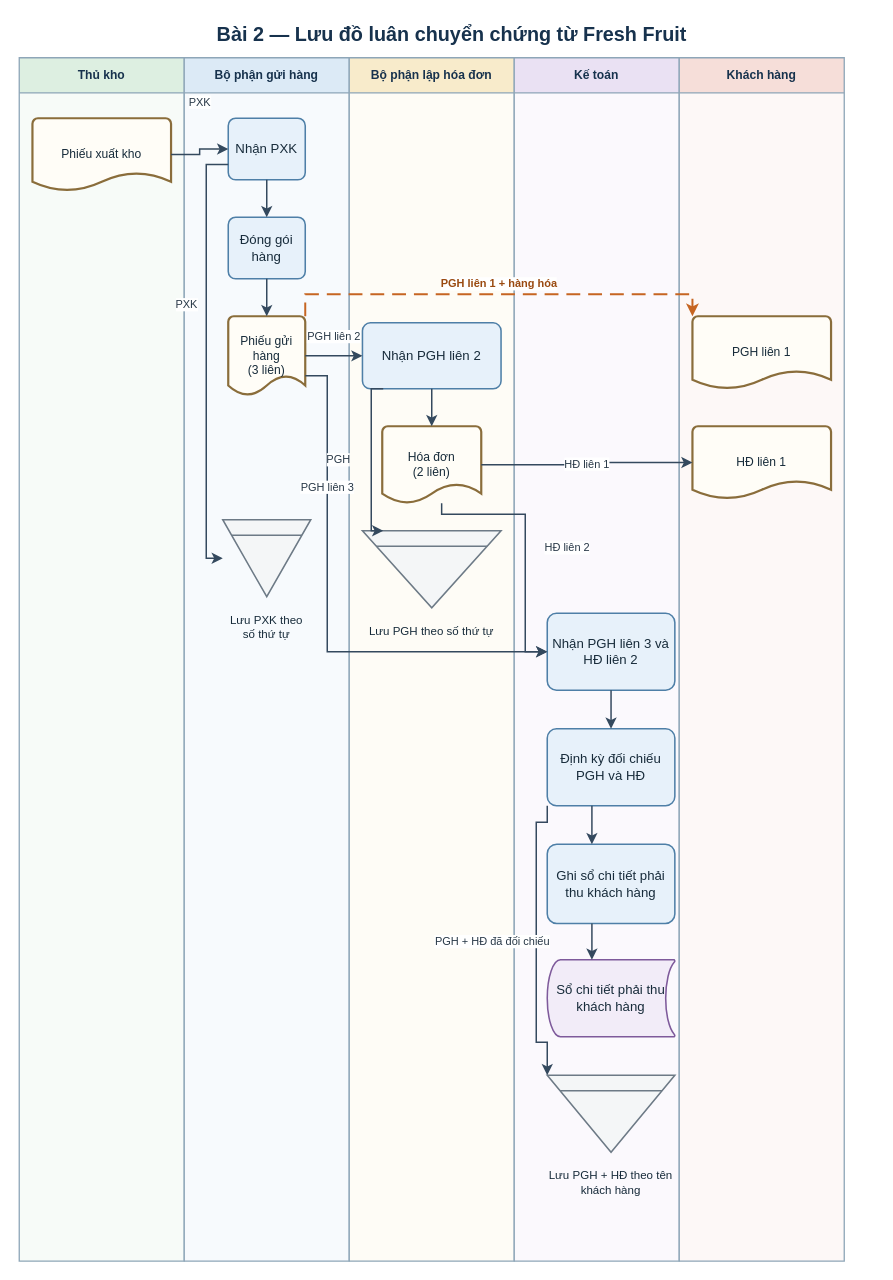
This is assets/drawio/05_fresh_fruit_flow.drawio from saigonbaddielover/thtrang, a draw.io file, before an edit. Source tidied: cells renumbered, new cells numbered last; positions are measured from the earlier drawing's top-left corner, leaving out a move shared by most shapes. Both pictures are drawn from the tidied source at 110%, with x=0, y=0 at pixel (19, 19).
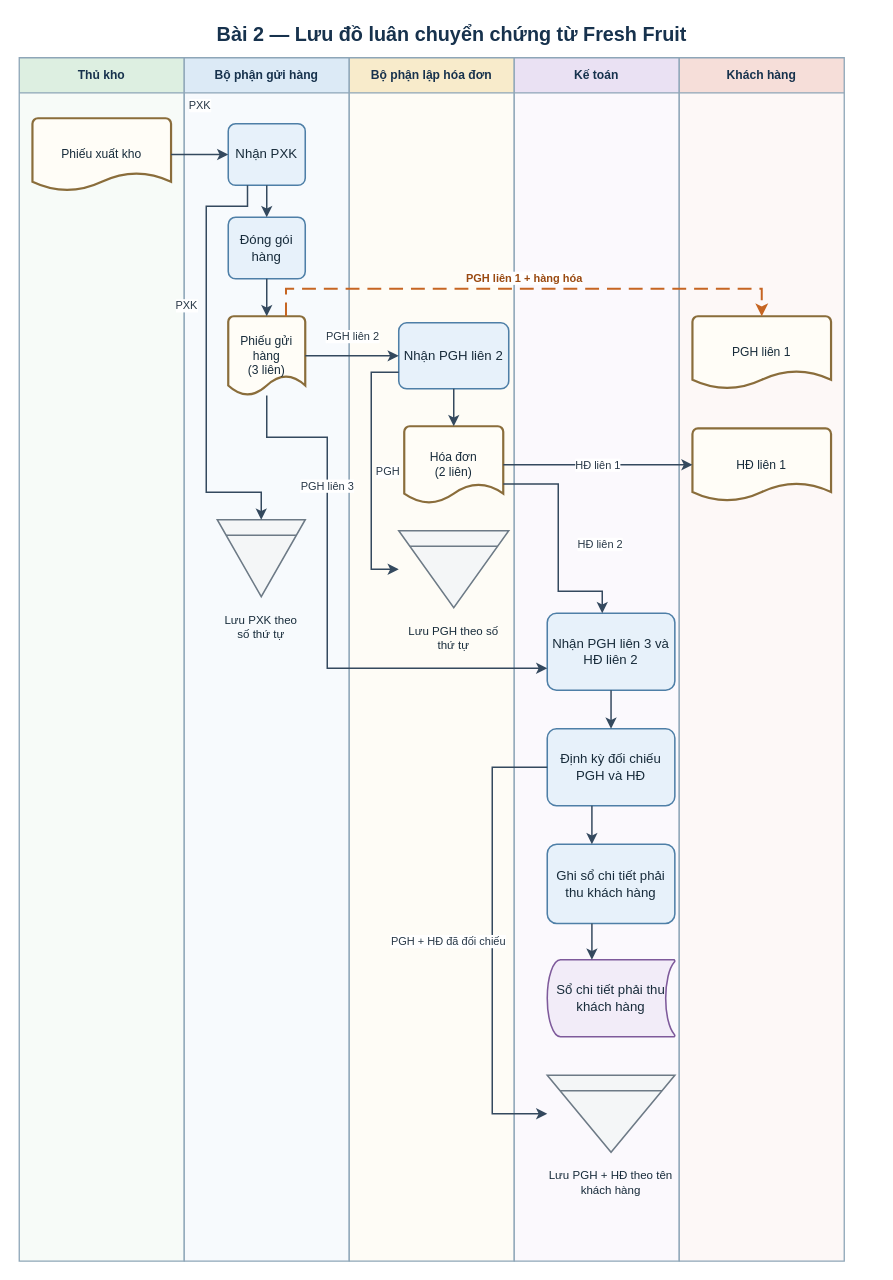
After the change.

Unchanged cells that the change refers to:
```xml
<mxCell id="4" value="Bộ phận gửi hàng" style="swimlane;horizontal=1;startSize=32;html=1;whiteSpace=wrap;fontFamily=Arial;fontSize=11;fontStyle=1;fontColor=#17324D;align=center;verticalAlign=middle;rounded=0;fillColor=#DCEAF6;swimlaneFillColor=#F7FAFD;strokeColor=#8EA6B8;strokeWidth=1.2;" parent="1" vertex="1">
  <mxGeometry x="150" y="35" width="150" height="1094" as="geometry" />
</mxCell>
<mxCell id="5" value="Bộ phận lập hóa đơn" style="swimlane;horizontal=1;startSize=32;html=1;whiteSpace=wrap;fontFamily=Arial;fontSize=11;fontStyle=1;fontColor=#17324D;align=center;verticalAlign=middle;rounded=0;fillColor=#F8EBCB;swimlaneFillColor=#FEFCF6;strokeColor=#8EA6B8;strokeWidth=1.2;" parent="1" vertex="1">
  <mxGeometry x="300" y="35" width="150" height="1094" as="geometry" />
</mxCell>
<mxCell id="7" value="Khách hàng" style="swimlane;horizontal=1;startSize=32;html=1;whiteSpace=wrap;fontFamily=Arial;fontSize=11;fontStyle=1;fontColor=#17324D;align=center;verticalAlign=middle;rounded=0;fillColor=#F6DED9;swimlaneFillColor=#FDF8F7;strokeColor=#8EA6B8;strokeWidth=1.2;" parent="1" vertex="1">
  <mxGeometry x="600" y="35" width="150" height="1094" as="geometry" />
</mxCell>
<mxCell id="11" value="Phiếu gửi hàng&lt;br&gt;(3 liên)" style="strokeWidth=2;shape=mxgraph.flowchart.document2;size=0.25;html=1;whiteSpace=wrap;fontFamily=Arial;align=center;verticalAlign=middle;fontColor=#172B3A;fontSize=11;spacing=4;fillColor=#FFFDF7;strokeColor=#8A6D3B;" parent="4" vertex="1">
  <mxGeometry x="40" y="235" width="70" height="72" as="geometry" />
</mxCell>
<mxCell id="16" value="Nhận PGH liên 3 và HĐ liên 2" style="rounded=1;arcSize=12;html=1;whiteSpace=wrap;fontFamily=Arial;align=center;verticalAlign=middle;fontColor=#172B3A; fontSize=11;spacing=5;fillColor=#E7F1FA;strokeColor=#4E7FA7;strokeWidth=1.4;" parent="6" vertex="1">
  <mxGeometry x="30" y="505" width="116" height="70" as="geometry" />
</mxCell>
<mxCell id="17" value="Định kỳ đối chiếu PGH và HĐ" style="rounded=1;arcSize=12;html=1;whiteSpace=wrap;fontFamily=Arial;align=center;verticalAlign=middle;fontColor=#172B3A; fontSize=11;spacing=5;fillColor=#E7F1FA;strokeColor=#4E7FA7;strokeWidth=1.4;" parent="6" vertex="1">
  <mxGeometry x="30" y="610" width="116" height="70" as="geometry" />
</mxCell>
<mxCell id="20" value="Lưu PGH + HĐ theo tên khách hàng" style="shape=mxgraph.dfd.archive;html=1;whiteSpace=wrap;fontFamily=Arial;align=center;verticalLabelPosition=bottom;verticalAlign=top;fontColor=#172B3A;fontSize=10.5;spacingTop=8;fillColor=#F4F6F7;strokeColor=#6D7A86;strokeWidth=1.4;" parent="6" vertex="1">
  <mxGeometry x="30" y="925" width="116" height="70" as="geometry" />
</mxCell>
<mxCell id="21" value="PGH liên 1" style="strokeWidth=2;shape=mxgraph.flowchart.document2;size=0.25;html=1;whiteSpace=wrap;fontFamily=Arial;align=center;verticalAlign=middle;fontColor=#172B3A;fontSize=11;spacing=4;fillColor=#FFFDF7;strokeColor=#8A6D3B;" parent="7" vertex="1">
  <mxGeometry x="12" y="235" width="126" height="66" as="geometry" />
</mxCell>
```

Diff of the diagram source:
```diff
@@
     <mxCell id="9" value="Nhận PXK" style="rounded=1;arcSize=12;html=1;whiteSpace=wrap;fontFamily=Arial;align=center;verticalAlign=middle;fontColor=#172B3A; fontSize=11;spacing=5;fillColor=#E7F1FA;strokeColor=#4E7FA7;strokeWidth=1.4;" parent="4" vertex="1">
-      <mxGeometry x="40" y="55" width="70" height="56" as="geometry" />
+      <mxGeometry x="40" y="60" width="70" height="56" as="geometry" />
     </mxCell>
@@
     <mxCell id="12" value="Lưu PXK theo số thứ tự" style="shape=mxgraph.dfd.archive;html=1;whiteSpace=wrap;fontFamily=Arial;align=center;verticalLabelPosition=bottom;verticalAlign=top;fontColor=#172B3A;fontSize=10.5;spacingTop=8;fillColor=#F4F6F7;strokeColor=#6D7A86;strokeWidth=1.4;" parent="4" vertex="1">
-      <mxGeometry x="35" y="420" width="80" height="70" as="geometry" />
+      <mxGeometry x="30" y="420" width="80" height="70" as="geometry" />
     </mxCell>
     <mxCell id="13" value="Nhận PGH liên 2" style="rounded=1;arcSize=12;html=1;whiteSpace=wrap;fontFamily=Arial;align=center;verticalAlign=middle;fontColor=#172B3A; fontSize=11;spacing=5;fillColor=#E7F1FA;strokeColor=#4E7FA7;strokeWidth=1.4;" parent="5" vertex="1">
-      <mxGeometry x="12" y="241" width="126" height="60" as="geometry" />
+      <mxGeometry x="45" y="241" width="100" height="60" as="geometry" />
     </mxCell>
     <mxCell id="14" value="Hóa đơn&lt;br&gt;(2 liên)" style="strokeWidth=2;shape=mxgraph.flowchart.document2;size=0.25;html=1;whiteSpace=wrap;fontFamily=Arial;align=center;verticalAlign=middle;fontColor=#172B3A;fontSize=11;spacing=4;fillColor=#FFFDF7;strokeColor=#8A6D3B;" parent="5" vertex="1">
-      <mxGeometry x="30" y="335" width="90" height="70" as="geometry" />
+      <mxGeometry x="50" y="335" width="90" height="70" as="geometry" />
     </mxCell>
     <mxCell id="15" value="Lưu PGH theo số thứ tự" style="shape=mxgraph.dfd.archive;html=1;whiteSpace=wrap;fontFamily=Arial;align=center;verticalLabelPosition=bottom;verticalAlign=top;fontColor=#172B3A;fontSize=10.5;spacingTop=8;fillColor=#F4F6F7;strokeColor=#6D7A86;strokeWidth=1.4;" parent="5" vertex="1">
-      <mxGeometry x="12" y="430" width="126" height="70" as="geometry" />
+      <mxGeometry x="45" y="430" width="100" height="70" as="geometry" />
     </mxCell>
@@
     <mxCell id="22" value="HĐ liên 1" style="strokeWidth=2;shape=mxgraph.flowchart.document2;size=0.25;html=1;whiteSpace=wrap;fontFamily=Arial;align=center;verticalAlign=middle;fontColor=#172B3A;fontSize=11;spacing=4;fillColor=#FFFDF7;strokeColor=#8A6D3B;" parent="7" vertex="1">
-      <mxGeometry x="12" y="335" width="126" height="66" as="geometry" />
+      <mxGeometry x="12" y="337" width="126" height="66" as="geometry" />
     </mxCell>
@@
-    <mxCell id="26" value="PGH liên 1 + hàng hóa" style="edgeStyle=orthogonalEdgeStyle;rounded=0;jettySize=auto;html=1;fontFamily=Arial;fontSize=10;fontStyle=1;fontColor=#9A4A11;labelBackgroundColor=#FFFFFF;strokeColor=#C66522;strokeWidth=1.8;dashed=1;dashPattern=7 4;endArrow=classic;endFill=1;exitX=1;exitY=0;entryX=0;entryY=0;" parent="1" edge="1" source="11" target="21">
+    <mxCell id="26" value="PGH liên 1 + hàng hóa" style="edgeStyle=orthogonalEdgeStyle;rounded=0;jettySize=auto;html=1;fontFamily=Arial;fontSize=10;fontStyle=1;fontColor=#9A4A11;labelBackgroundColor=#FFFFFF;strokeColor=#C66522;strokeWidth=1.8;dashed=1;dashPattern=7 4;endArrow=classic;endFill=1;exitX=0.75;exitY=0;entryX=0.5;entryY=0;" parent="1" edge="1" source="11" target="21">
       <mxGeometry relative="1" as="geometry">
+        <Array as="points">
+          <mxPoint x="242.5" y="245" />
+          <mxPoint x="675" y="245" />
+        </Array>
         <mxPoint y="-10" as="offset" />
       </mxGeometry>
     </mxCell>
@@
-    <mxCell id="28" value="PGH liên 3" style="edgeStyle=orthogonalEdgeStyle;rounded=0;jettySize=auto;html=1;fontFamily=Arial;fontSize=10;fontColor=#273746;labelBackgroundColor=#FFFFFF;strokeColor=#34495E;strokeWidth=1.35;endArrow=classic;endFill=1;exitX=1;exitY=0.75;entryX=0;entryY=0.5;" parent="1" edge="1" source="11" target="16">
+    <mxCell id="28" value="PGH liên 3" style="edgeStyle=orthogonalEdgeStyle;rounded=0;jettySize=auto;html=1;fontFamily=Arial;fontSize=10;fontColor=#273746;labelBackgroundColor=#FFFFFF;strokeColor=#34495E;strokeWidth=1.35;endArrow=classic;endFill=1;exitX=0.5;exitY=1;entryX=0;entryY=0.714286;" parent="1" edge="1" source="11" target="16">
       <mxGeometry relative="1" as="geometry">
         <Array as="points">
-          <mxPoint x="280" y="324" />
-          <mxPoint x="280" y="575" />
+          <mxPoint x="225" y="380" />
+          <mxPoint x="280" y="380" />
+          <mxPoint x="280" y="590" />
         </Array>
         <mxPoint y="-115" as="offset" />
       </mxGeometry>
     </mxCell>
-    <mxCell id="29" value="PXK" style="edgeStyle=orthogonalEdgeStyle;rounded=0;jettySize=auto;html=1;fontFamily=Arial;fontSize=10;fontColor=#273746;labelBackgroundColor=#FFFFFF;strokeColor=#34495E;strokeWidth=1.35;endArrow=classic;endFill=1;exitX=0;exitY=0.75;entryX=0;entryY=0.5;" parent="1" edge="1" source="9" target="12">
+    <mxCell id="29" value="PXK" style="edgeStyle=orthogonalEdgeStyle;rounded=0;jettySize=auto;html=1;fontFamily=Arial;fontSize=10;fontColor=#273746;labelBackgroundColor=#FFFFFF;strokeColor=#34495E;strokeWidth=1.35;endArrow=classic;endFill=1;exitX=0.25;exitY=1;entryX=0.5;entryY=0;" parent="1" edge="1" source="9" target="12">
       <mxGeometry relative="1" as="geometry">
         <Array as="points">
-          <mxPoint x="170" y="132" />
-          <mxPoint x="170" y="490" />
+          <mxPoint x="207.5" y="170" />
+          <mxPoint x="170" y="170" />
+          <mxPoint x="170" y="430" />
+          <mxPoint x="220" y="430" />
         </Array>
         <mxPoint x="-18" y="-50" as="offset" />
       </mxGeometry>
     </mxCell>
@@
-    <mxCell id="32" value="HĐ liên 2" style="edgeStyle=orthogonalEdgeStyle;rounded=0;jettySize=auto;html=1;fontFamily=Arial;fontSize=10;fontColor=#273746;labelBackgroundColor=#FFFFFF;strokeColor=#34495E;strokeWidth=1.35;endArrow=classic;endFill=1;exitX=0.6;exitY=1;entryX=0;entryY=0.5;" parent="1" edge="1" source="14" target="16">
+    <mxCell id="32" value="HĐ liên 2" style="edgeStyle=orthogonalEdgeStyle;rounded=0;jettySize=auto;html=1;fontFamily=Arial;fontSize=10;fontColor=#273746;labelBackgroundColor=#FFFFFF;strokeColor=#34495E;strokeWidth=1.35;endArrow=classic;endFill=1;exitX=1;exitY=0.75;entryX=0.431034;entryY=0;" parent="1" edge="1" source="14" target="16">
       <mxGeometry relative="1" as="geometry">
         <Array as="points">
-          <mxPoint x="384" y="450" />
-          <mxPoint x="460" y="450" />
+          <mxPoint x="490" y="422.5" />
+          <mxPoint x="490" y="520" />
+          <mxPoint x="530" y="520" />
         </Array>
         <mxPoint x="38" as="offset" />
       </mxGeometry>
     </mxCell>
-    <mxCell id="33" value="PGH" style="edgeStyle=orthogonalEdgeStyle;rounded=0;jettySize=auto;html=1;fontFamily=Arial;fontSize=10;fontColor=#273746;labelBackgroundColor=#FFFFFF;strokeColor=#34495E;strokeWidth=1.35;endArrow=classic;endFill=1;exitX=0.15;exitY=1;entryX=0.15;entryY=0;" parent="1" edge="1" source="13" target="15">
+    <mxCell id="33" value="PGH" style="edgeStyle=orthogonalEdgeStyle;rounded=0;jettySize=auto;html=1;fontFamily=Arial;fontSize=10;fontColor=#273746;labelBackgroundColor=#FFFFFF;strokeColor=#34495E;strokeWidth=1.35;endArrow=classic;endFill=1;exitX=0;exitY=0.75;entryX=0;entryY=0.5;" parent="1" edge="1" source="13" target="15">
       <mxGeometry relative="1" as="geometry">
         <Array as="points">
-          <mxPoint x="320" y="336" />
-          <mxPoint x="320" y="465" />
+          <mxPoint x="320" y="321" />
+          <mxPoint x="320" y="500" />
         </Array>
-        <mxPoint x="-30" as="offset" />
+        <mxPoint x="15" as="offset" />
       </mxGeometry>
     </mxCell>
@@
-    <mxCell id="37" value="PGH + HĐ đã đối chiếu" style="edgeStyle=orthogonalEdgeStyle;rounded=0;jettySize=auto;html=1;fontFamily=Arial;fontSize=10;fontColor=#273746;labelBackgroundColor=#FFFFFF;strokeColor=#34495E;strokeWidth=1.35;endArrow=classic;endFill=1;exitX=0;exitY=1;entryX=0;entryY=0;" parent="1" edge="1" source="17" target="20">
+    <mxCell id="37" value="PGH + HĐ đã đối chiếu" style="edgeStyle=orthogonalEdgeStyle;rounded=0;jettySize=auto;html=1;fontFamily=Arial;fontSize=10;fontColor=#273746;labelBackgroundColor=#FFFFFF;strokeColor=#34495E;strokeWidth=1.35;endArrow=classic;endFill=1;exitX=0;exitY=0.5;entryX=0;entryY=0.5;" parent="1" edge="1" source="17" target="20">
       <mxGeometry relative="1" as="geometry">
         <Array as="points">
-          <mxPoint x="470" y="730" />
-          <mxPoint x="470" y="930" />
+          <mxPoint x="430" y="680" />
+          <mxPoint x="430" y="995" />
         </Array>
         <mxPoint x="-40" as="offset" />
       </mxGeometry>
     </mxCell>
```
